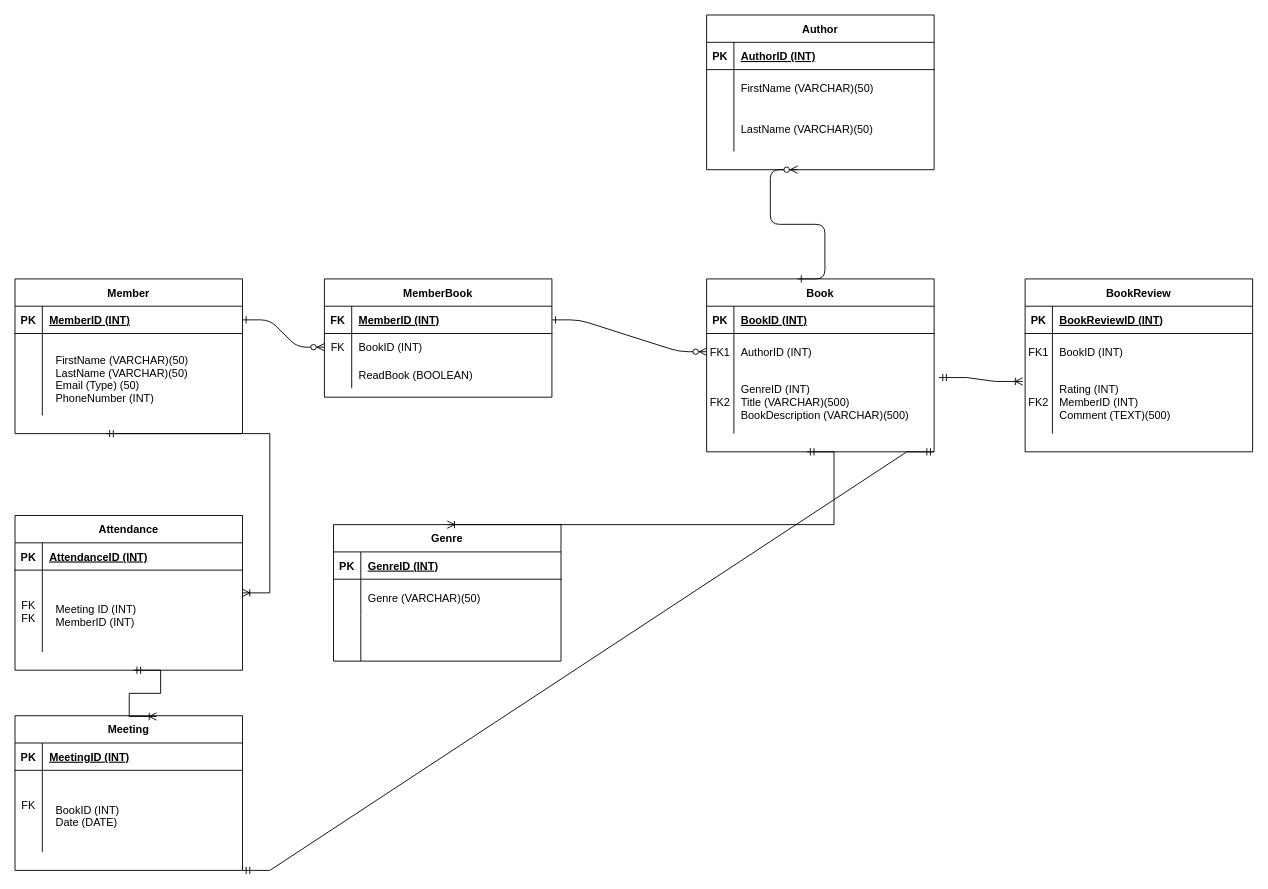
Before: ERD_BookClub.drawio in SamanthaVS-BBD/Database-levelup-bookClub, a draw.io diagram. Source tidied: cells renumbered, new cells numbered last; positions are measured from the earlier drawing's top-left corner, leaving out a move shared by most shapes. Both pictures are drawn from the tidied source at 91%, with x=0, y=0 at pixel (15, 15).
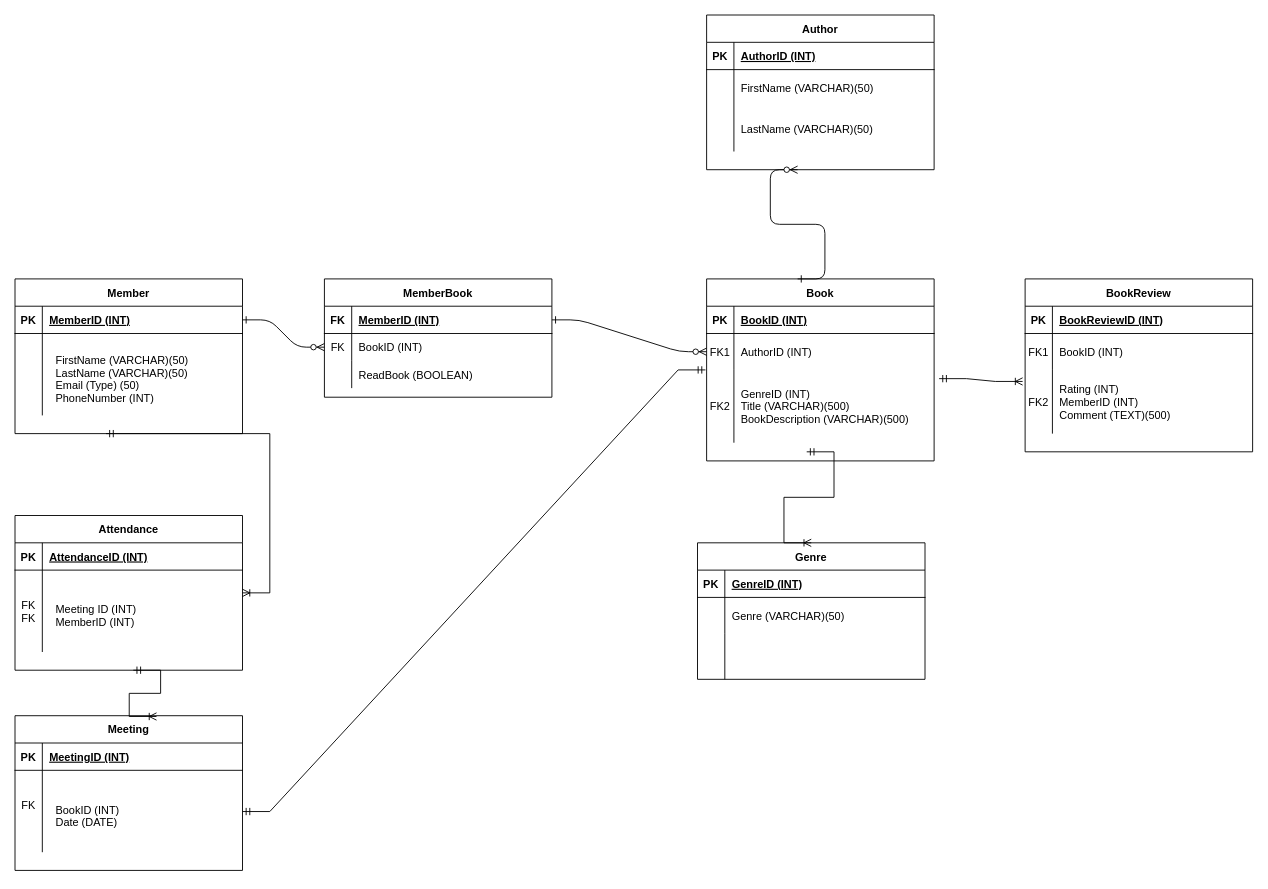
The same page after the edit.

Commit message:
Meeting - Book update - Update ERD_BookClub.drawio

What changed in the source:
```diff
@@
     <mxCell id="14" value="Book" style="shape=table;startSize=30;childLayout=tableLayout;rowLines=0;fontStyle=1;align=center;" parent="1" vertex="1">
-      <mxGeometry x="760" y="290" width="250" height="190" as="geometry" />
+      <mxGeometry x="760" y="290" width="250" height="200" as="geometry" />
     </mxCell>
@@
     <mxCell id="21" style="shape=partialRectangle;fillColor=none;points=[[0,0.5],[1,0.5]];portConstraint=eastwest;top=0;left=0;right=0;bottom=0;" parent="14" vertex="1">
-      <mxGeometry y="100" width="250" height="70" as="geometry" />
+      <mxGeometry y="100" width="250" height="80" as="geometry" />
     </mxCell>
     <mxCell id="22" value="FK2" style="shape=partialRectangle;overflow=hidden;fillColor=none;top=0;left=0;bottom=0;right=0;" parent="21" vertex="1">
-      <mxGeometry width="30" height="70" as="geometry" />
+      <mxGeometry width="30" height="80" as="geometry" />
     </mxCell>
     <mxCell id="23" value="GenreID (INT)&#10;Title (VARCHAR)(500)&#10;BookDescription (VARCHAR)(500)" style="shape=partialRectangle;overflow=hidden;fillColor=none;top=0;left=0;bottom=0;right=0;align=left;spacingLeft=6;" parent="21" vertex="1">
-      <mxGeometry x="30" width="220" height="70" as="geometry" />
+      <mxGeometry x="30" width="220" height="80" as="geometry" />
     </mxCell>
@@
     <mxCell id="41" value="Genre" style="shape=table;startSize=30;childLayout=tableLayout;rowLines=0;fontStyle=1;align=center;" parent="1" vertex="1">
-      <mxGeometry x="350" y="560" width="250" height="150" as="geometry" />
+      <mxGeometry x="750" y="580" width="250" height="150" as="geometry" />
     </mxCell>
@@
-    <mxCell id="80" style="edgeStyle=entityRelationEdgeStyle;fontSize=12;html=1;endArrow=ERmandOne;startArrow=ERmandOne;rounded=0;entryX=1;entryY=1;entryDx=0;entryDy=0;" parent="1" edge="1" target="14">
+    <mxCell id="80" style="edgeStyle=entityRelationEdgeStyle;fontSize=12;html=1;endArrow=ERmandOne;startArrow=ERmandOne;rounded=0;entryX=-0.005;entryY=0.21;entryDx=0;entryDy=0;entryPerimeter=0;" parent="1" edge="1">
       <mxGeometry relative="1" as="geometry">
-        <mxPoint x="250" y="940" as="sourcePoint" />
+        <mxPoint x="250" y="875.3" as="sourcePoint" />
+        <mxPoint x="758.7" y="390" as="targetPoint" />
         <Array as="points">
-          <mxPoint x="670" y="750" />
-          <mxPoint x="710" y="770" />
-          <mxPoint x="700" y="750" />
-          <mxPoint x="760" y="800" />
+          <mxPoint x="670" y="685.3" />
+          <mxPoint x="300" y="525.3" />
+          <mxPoint x="420" y="445.3" />
+          <mxPoint x="710" y="705.3" />
+          <mxPoint x="700" y="685.3" />
+          <mxPoint x="760" y="735.3" />
         </Array>
       </mxGeometry>
     </mxCell>
```
